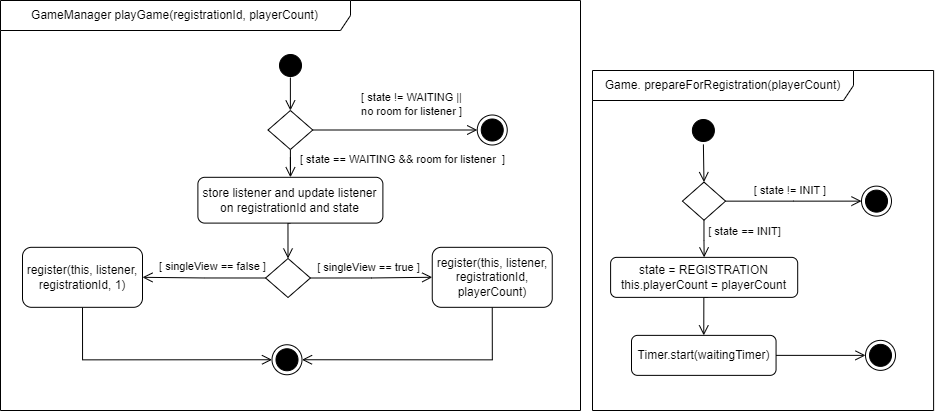
Before: Dokumentation/App/diagrams/laufzeit/activity_start1.png, a diagram exported from draw.io (sckoenig/Distributed-Tron). Source tidied: cells renumbered, new cells last; positions are measured from the earlier drawing's top-left corner, leaving out a move shared by most shapes.
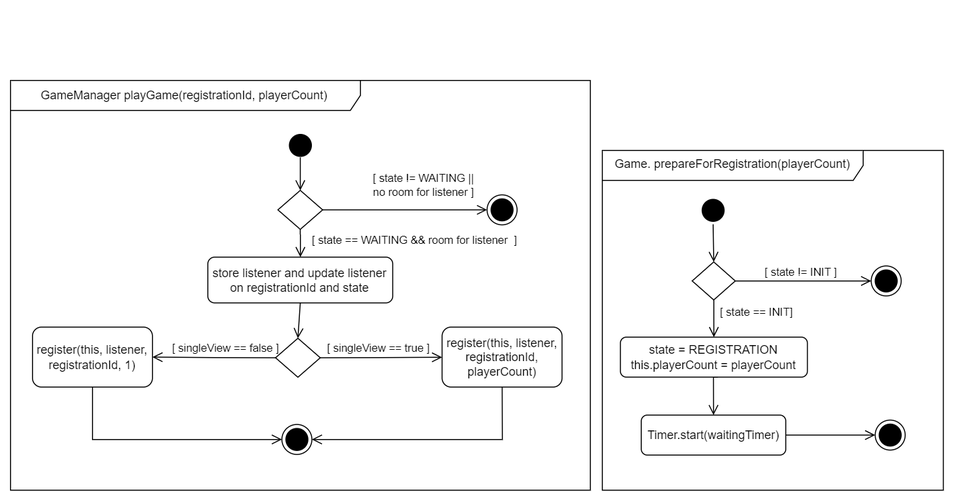
Later version of the same file.

Change to the diagram source:
```diff
@@ -52,78 +52,81 @@
     <mxCell id="15" value="Game. prepareForRegistration(playerCount)" style="shape=umlFrame;whiteSpace=wrap;html=1;sketch=0;fillColor=default;width=261;height=30;align=center;" parent="1" vertex="1">
       <mxGeometry x="592" y="70" width="341.1" height="340" as="geometry" />
     </mxCell>
-    <mxCell id="16" style="ellipse;html=1;shape=startState;fillColor=#000000;strokeColor=#000000;" parent="1" vertex="1">
-      <mxGeometry x="275" y="50" width="30" height="30" as="geometry" />
+    <mxCell id="16" value="&lt;div&gt;&lt;br&gt;&lt;/div&gt;&lt;div&gt;&lt;br&gt;&lt;/div&gt;" style="text;html=1;align=center;verticalAlign=middle;strokeColor=none;fillColor=none;" parent="1" vertex="1">
+      <mxGeometry x="476" y="-70" width="20" height="40" as="geometry" />
     </mxCell>
-    <mxCell id="17" style="edgeStyle=orthogonalEdgeStyle;rounded=0;jettySize=auto;html=1;exitX=0;exitY=0.5;exitDx=0;exitDy=0;exitPerimeter=0;entryX=1;entryY=0.5;entryDx=0;entryDy=0;endArrow=open;endFill=0;endSize=8;" parent="1" edge="1" source="21" target="25">
-      <mxGeometry relative="1" as="geometry" />
+    <mxCell id="17" style="ellipse;html=1;shape=startState;fillColor=#000000;strokeColor=#000000;" parent="1" vertex="1">
+      <mxGeometry x="275" y="50" width="30" height="30" as="geometry" />
     </mxCell>
-    <mxCell id="18" value="[ singleView == false ]" style="edgeLabel;html=1;align=center;verticalAlign=middle;" parent="17" vertex="1">
-      <mxGeometry x="0.26" y="1" relative="1" as="geometry">
-        <mxPoint x="23" y="-12" as="offset" />
-      </mxGeometry>
+    <mxCell id="18" style="edgeStyle=orthogonalEdgeStyle;rounded=0;jettySize=auto;html=1;exitX=0;exitY=0.5;exitDx=0;exitDy=0;exitPerimeter=0;entryX=1;entryY=0.5;entryDx=0;entryDy=0;endArrow=open;endFill=0;endSize=8;" parent="1" edge="1" source="22" target="26">
+      <mxGeometry relative="1" as="geometry" />
     </mxCell>
-    <mxCell id="19" style="edgeStyle=orthogonalEdgeStyle;rounded=0;jettySize=auto;html=1;exitX=1;exitY=0.5;exitDx=0;exitDy=0;exitPerimeter=0;endArrow=open;endFill=0;endSize=8;" parent="1" edge="1" source="21" target="27">
-      <mxGeometry relative="1" as="geometry" />
+    <mxCell id="19" value="[ singleView == false ]" style="edgeLabel;html=1;align=center;verticalAlign=middle;" parent="18" vertex="1">
+      <mxGeometry x="0.26" y="1" relative="1" as="geometry">
+        <mxPoint x="23" y="-12" as="offset" />
+      </mxGeometry>
     </mxCell>
-    <mxCell id="20" value="[ singleView == true ]" style="edgeLabel;html=1;align=center;verticalAlign=middle;" parent="19" vertex="1">
-      <mxGeometry x="-0.25" y="-1" relative="1" as="geometry">
-        <mxPoint x="12" y="-12" as="offset" />
-      </mxGeometry>
+    <mxCell id="20" style="edgeStyle=orthogonalEdgeStyle;rounded=0;jettySize=auto;html=1;exitX=1;exitY=0.5;exitDx=0;exitDy=0;exitPerimeter=0;endArrow=open;endFill=0;endSize=8;" parent="1" edge="1" source="22" target="28">
+      <mxGeometry relative="1" as="geometry" />
     </mxCell>
-    <mxCell id="21" style="strokeWidth=1;html=1;shape=mxgraph.flowchart.decision;whiteSpace=wrap;" parent="1" vertex="1">
-      <mxGeometry x="265.1" y="258" width="44.8" height="39" as="geometry" />
+    <mxCell id="21" value="[ singleView == true ]" style="edgeLabel;html=1;align=center;verticalAlign=middle;points=[];" parent="20" vertex="1">
+      <mxGeometry x="-0.25" y="-1" relative="1" as="geometry">
+        <mxPoint x="12" y="-12" as="offset" />
+      </mxGeometry>
     </mxCell>
-    <mxCell id="22" style="edgeStyle=orthogonalEdgeStyle;rounded=0;jettySize=auto;html=1;exitX=0.5;exitY=1;exitDx=0;exitDy=0;entryX=0.5;entryY=0;entryDx=0;entryDy=0;entryPerimeter=0;endArrow=open;endFill=0;endSize=8;" parent="1" edge="1" source="23" target="21">
-      <mxGeometry relative="1" as="geometry" />
+    <mxCell id="22" style="strokeWidth=1;html=1;shape=mxgraph.flowchart.decision;whiteSpace=wrap;" parent="1" vertex="1">
+      <mxGeometry x="265.1" y="258" width="44.8" height="39" as="geometry" />
     </mxCell>
-    <mxCell id="23" value="store listener and update listener&lt;br&gt;on registrationId and state" style="rounded=1;whiteSpace=wrap;html=1;" parent="1" vertex="1">
-      <mxGeometry x="197.4" y="176.8" width="185" height="45.8" as="geometry" />
+    <mxCell id="23" style="edgeStyle=orthogonalEdgeStyle;rounded=0;jettySize=auto;html=1;exitX=0.5;exitY=1;exitDx=0;exitDy=0;entryX=0.5;entryY=0;entryDx=0;entryDy=0;entryPerimeter=0;endArrow=open;endFill=0;endSize=8;" parent="1" edge="1" source="24" target="22">
+      <mxGeometry relative="1" as="geometry" />
     </mxCell>
-    <mxCell id="24" style="edgeStyle=orthogonalEdgeStyle;rounded=0;jettySize=auto;html=1;exitX=0.5;exitY=1;exitDx=0;exitDy=0;entryX=0;entryY=0.5;entryDx=0;entryDy=0;endArrow=open;endFill=0;endSize=8;" parent="1" edge="1" source="25" target="28">
-      <mxGeometry relative="1" as="geometry" />
+    <mxCell id="24" value="store listener and update listener&lt;br&gt;on registrationId and state" style="rounded=1;whiteSpace=wrap;html=1;" parent="1" vertex="1">
+      <mxGeometry x="197.4" y="176.8" width="185" height="45.8" as="geometry" />
     </mxCell>
-    <mxCell id="25" value="register(this, listener,&lt;br&gt;registrationId, 1)" style="rounded=1;whiteSpace=wrap;html=1;" parent="1" vertex="1">
-      <mxGeometry x="22" y="246.8" width="120" height="60" as="geometry" />
+    <mxCell id="25" style="edgeStyle=orthogonalEdgeStyle;rounded=0;jettySize=auto;html=1;exitX=0.5;exitY=1;exitDx=0;exitDy=0;entryX=0;entryY=0.5;entryDx=0;entryDy=0;endArrow=open;endFill=0;endSize=8;" parent="1" edge="1" source="26" target="29">
+      <mxGeometry relative="1" as="geometry" />
     </mxCell>
-    <mxCell id="26" style="edgeStyle=orthogonalEdgeStyle;rounded=0;jettySize=auto;html=1;exitX=0.5;exitY=1;exitDx=0;exitDy=0;entryX=1;entryY=0.5;entryDx=0;entryDy=0;endArrow=open;endFill=0;endSize=8;" parent="1" edge="1" source="27" target="28">
-      <mxGeometry relative="1" as="geometry" />
+    <mxCell id="26" value="register(this, listener,&lt;br&gt;registrationId, 1)" style="rounded=1;whiteSpace=wrap;html=1;" parent="1" vertex="1">
+      <mxGeometry x="22" y="246.8" width="120" height="60" as="geometry" />
     </mxCell>
-    <mxCell id="27" value="register(this, listener,&lt;br style=&quot;border-color: var(--border-color);&quot;&gt;registrationId, &lt;br&gt;playerCount)" style="rounded=1;whiteSpace=wrap;html=1;" parent="1" vertex="1">
-      <mxGeometry x="431.8" y="246.8" width="120" height="60" as="geometry" />
+    <mxCell id="27" style="edgeStyle=orthogonalEdgeStyle;rounded=0;jettySize=auto;html=1;exitX=0.5;exitY=1;exitDx=0;exitDy=0;entryX=1;entryY=0.5;entryDx=0;entryDy=0;endArrow=open;endFill=0;endSize=8;" parent="1" edge="1" source="28" target="29">
+      <mxGeometry relative="1" as="geometry" />
     </mxCell>
-    <mxCell id="28" style="ellipse;html=1;shape=endState;fillColor=#000000;strokeColor=#000000;fontSize=11;sketch=0;" parent="1" vertex="1">
-      <mxGeometry x="271.5" y="344.2" width="30" height="30" as="geometry" />
+    <mxCell id="28" value="register(this, listener,&lt;br style=&quot;border-color: var(--border-color);&quot;&gt;registrationId, &lt;br&gt;playerCount)" style="rounded=1;whiteSpace=wrap;html=1;" parent="1" vertex="1">
+      <mxGeometry x="431.8" y="246.8" width="120" height="60" as="geometry" />
     </mxCell>
-    <mxCell id="29" style="edgeStyle=orthogonalEdgeStyle;rounded=0;jettySize=auto;html=1;exitX=0.5;exitY=1;exitDx=0;exitDy=0;exitPerimeter=0;entryX=0.5;entryY=0;entryDx=0;entryDy=0;endArrow=open;endFill=0;endSize=8;entryPerimeter=0;" parent="1" edge="1" target="34">
-      <mxGeometry relative="1" as="geometry">
-        <mxPoint x="289.9" y="77" as="sourcePoint" />
-      </mxGeometry>
+    <mxCell id="29" style="ellipse;html=1;shape=endState;fillColor=#000000;strokeColor=#000000;fontSize=11;sketch=0;" parent="1" vertex="1">
+      <mxGeometry x="271.5" y="344.2" width="30" height="30" as="geometry" />
     </mxCell>
-    <mxCell id="30" style="ellipse;html=1;shape=endState;fillColor=#000000;strokeColor=#000000;fontSize=11;sketch=0;" parent="1" vertex="1">
-      <mxGeometry x="476.8" y="114.5" width="30" height="30" as="geometry" />
+    <mxCell id="30" style="edgeStyle=orthogonalEdgeStyle;rounded=0;jettySize=auto;html=1;exitX=0.5;exitY=1;exitDx=0;exitDy=0;exitPerimeter=0;entryX=0.5;entryY=0;entryDx=0;entryDy=0;endArrow=open;endFill=0;endSize=8;entryPerimeter=0;" parent="1" edge="1" target="35">
+      <mxGeometry relative="1" as="geometry">
+        <mxPoint x="289.9" y="77" as="sourcePoint" />
+      </mxGeometry>
     </mxCell>
-    <mxCell id="31" value="GameManager playGame(registrationId, playerCount)" style="shape=umlFrame;whiteSpace=wrap;html=1;sketch=0;fillColor=default;width=350;height=30;align=center;" parent="1" vertex="1">
-      <mxGeometry width="580" height="410" as="geometry" />
+    <mxCell id="31" style="ellipse;html=1;shape=endState;fillColor=#000000;strokeColor=#000000;fontSize=11;sketch=0;" parent="1" vertex="1">
+      <mxGeometry x="476.8" y="114.5" width="30" height="30" as="geometry" />
     </mxCell>
-    <mxCell id="32" style="edgeStyle=orthogonalEdgeStyle;rounded=0;jettySize=auto;html=1;exitX=0.5;exitY=1;exitDx=0;exitDy=0;exitPerimeter=0;fontSize=11;endArrow=open;endFill=0;endSize=8;" parent="1" edge="1" source="34" target="23">
-      <mxGeometry relative="1" as="geometry" />
+    <mxCell id="32" value="GameManager playGame(registrationId, playerCount)" style="shape=umlFrame;whiteSpace=wrap;html=1;sketch=0;fillColor=default;width=350;height=30;align=center;" parent="1" vertex="1">
+      <mxGeometry width="580" height="410" as="geometry" />
     </mxCell>
-    <mxCell id="33" style="edgeStyle=orthogonalEdgeStyle;rounded=0;jettySize=auto;html=1;exitX=1;exitY=0.5;exitDx=0;exitDy=0;exitPerimeter=0;endArrow=open;endFill=0;endSize=8;" parent="1" edge="1" source="34" target="30">
+    <mxCell id="33" style="edgeStyle=orthogonalEdgeStyle;rounded=0;jettySize=auto;html=1;exitX=0.5;exitY=1;exitDx=0;exitDy=0;exitPerimeter=0;fontSize=11;endArrow=open;endFill=0;endSize=8;" parent="1" edge="1" source="35" target="24">
       <mxGeometry relative="1" as="geometry" />
     </mxCell>
-    <mxCell id="34" style="strokeWidth=1;html=1;shape=mxgraph.flowchart.decision;whiteSpace=wrap;" parent="1" vertex="1">
-      <mxGeometry x="267.5" y="110" width="44.8" height="39" as="geometry" />
+    <mxCell id="34" style="edgeStyle=orthogonalEdgeStyle;rounded=0;jettySize=auto;html=1;exitX=1;exitY=0.5;exitDx=0;exitDy=0;exitPerimeter=0;endArrow=open;endFill=0;endSize=8;" parent="1" edge="1" source="35" target="31">
+      <mxGeometry relative="1" as="geometry" />
     </mxCell>
-    <mxCell id="35" value="[ state != WAITING || &lt;br&gt;no room for listener ]" style="edgeLabel;html=1;align=center;verticalAlign=middle;points=[];" parent="1" vertex="1">
-      <mxGeometry x="397.5" y="100" as="geometry">
-        <mxPoint x="13" y="3" as="offset" />
-      </mxGeometry>
+    <mxCell id="35" style="strokeWidth=1;html=1;shape=mxgraph.flowchart.decision;whiteSpace=wrap;" parent="1" vertex="1">
+      <mxGeometry x="267.5" y="110" width="44.8" height="39" as="geometry" />
     </mxCell>
-    <mxCell id="36" value="[ state == WAITING &amp;amp;&amp;amp; room for listener&amp;nbsp; ]" style="edgeLabel;html=1;align=center;verticalAlign=middle;" parent="1" vertex="1">
-      <mxGeometry x="387.5" y="160" as="geometry">
-        <mxPoint x="14" y="-2" as="offset" />
+    <mxCell id="36" value="[ state != WAITING || &lt;br&gt;no room for listener ]" style="edgeLabel;html=1;align=center;verticalAlign=middle;" parent="1" vertex="1">
+      <mxGeometry x="397.5" y="100" as="geometry">
+        <mxPoint x="13" y="3" as="offset" />
       </mxGeometry>
     </mxCell>
+    <mxCell id="37" value="[ state == WAITING &amp;amp;&amp;amp; room for listener&amp;nbsp; ]" style="edgeLabel;html=1;align=center;verticalAlign=middle;" parent="1" vertex="1">
+      <mxGeometry x="387.5" y="160" as="geometry">
+        <mxPoint x="14" y="-2" as="offset" />
+      </mxGeometry>
+    </mxCell>
   </root>
 </mxGraphModel>
```
